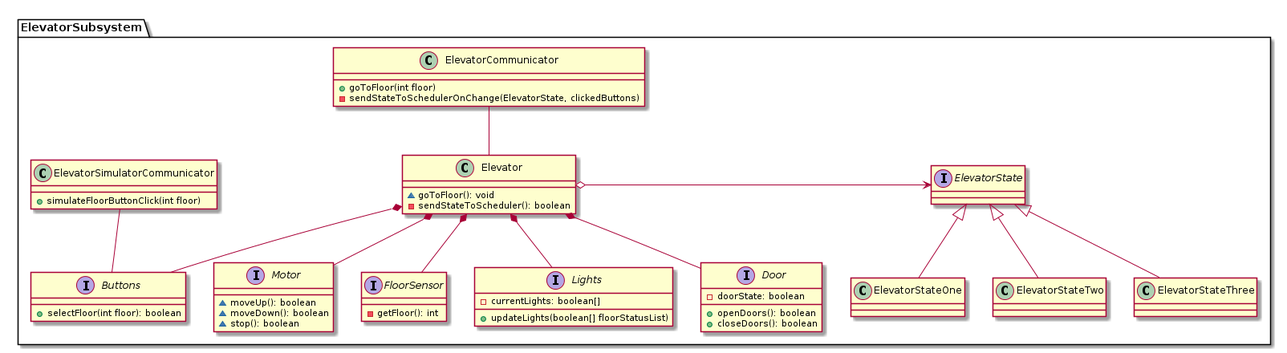
This is doc/diagrams/ElevatorClassDiagram.png from JoshuaSFryer/3303-L4G5, a PlantUML export, as it was before one commit.
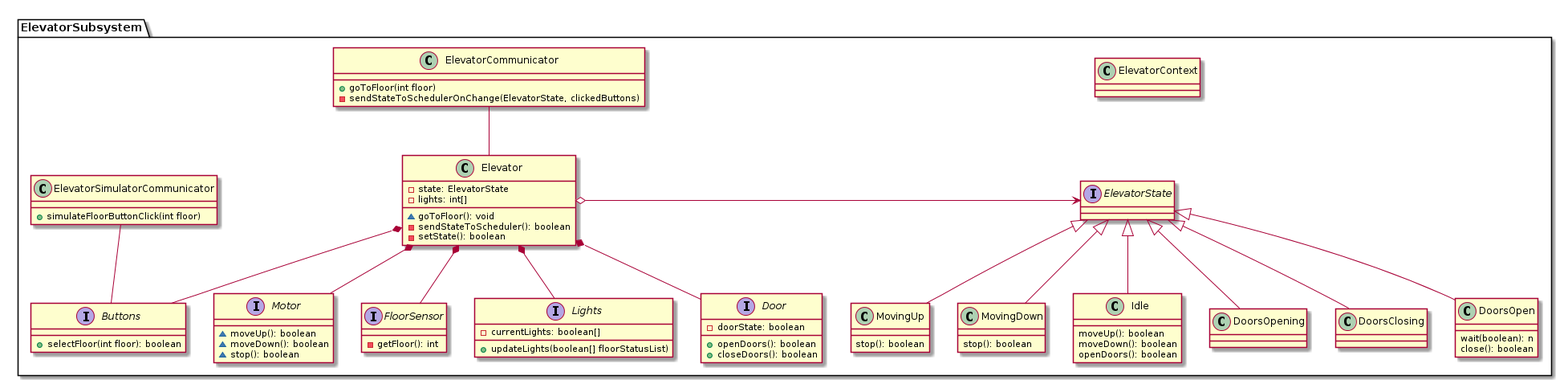
Above is the later version.

Commit message:
Update a ton of class diagrams

What changed in the source:
```diff
@@ -1,14 +1,38 @@
 @startuml
 package ElevatorSubsystem{
   class Elevator{
+    - state: ElevatorState
+    - lights: int[]
     ~ goToFloor(): void
     - sendStateToScheduler(): boolean
+    - setState(): boolean
   }
 
-  interface ElevatorState
-  class ElevatorStateOne
-  class ElevatorStateTwo
-  class ElevatorStateThree
+  class ElevatorContext{
+  }
+
+  interface ElevatorState{
+  }
+
+  class MovingUp{
+    stop(): boolean
+  }
+  class MovingDown{
+    stop(): boolean
+  }
+  class Idle{
+    moveUp(): boolean
+    moveDown(): boolean
+    openDoors(): boolean
+  }
+  class DoorsOpening{
+  }
+  class DoorsClosing{
+  }
+  class DoorsOpen{
+    wait(boolean): n
+    close(): boolean
+  }
 
   interface Buttons{
     + selectFloor(int floor): boolean
@@ -51,8 +75,11 @@
   ElevatorCommunicator -- Elevator
 
 
-  ElevatorState <|-down- ElevatorStateOne
-  ElevatorState <|-down- ElevatorStateTwo
-  ElevatorState <|-down- ElevatorStateThree
+  ElevatorState <|-down- MovingUp
+  ElevatorState <|-down- MovingDown
+  ElevatorState <|-down- Idle
+  ElevatorState <|-down- DoorsClosing
+  ElevatorState <|-down- DoorsOpening
+  ElevatorState <|-down- DoorsOpen
 }
 @enduml
```
